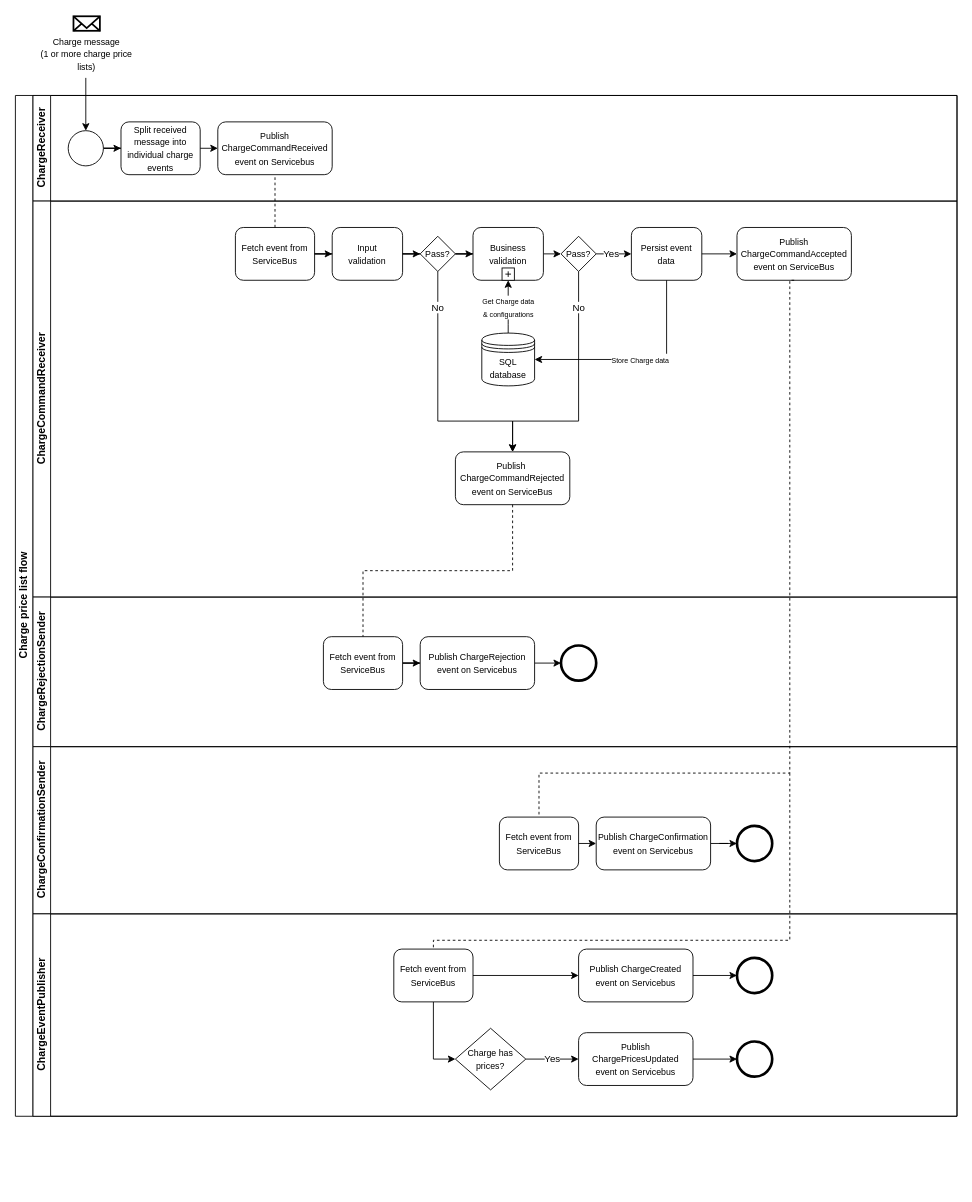
This is docs/process-flows/images/ChargePriceListProcessFlow.drawio from Energinet-DataHub/ARCHIVED-geh-charges, a draw.io file, before an edit. Source tidied: cells renumbered, new cells numbered last; positions are measured from the earlier drawing's top-left corner, leaving out a move shared by most shapes. Both pictures are drawn from the tidied source at 88%, with x=0, y=0 at pixel (15, 16).
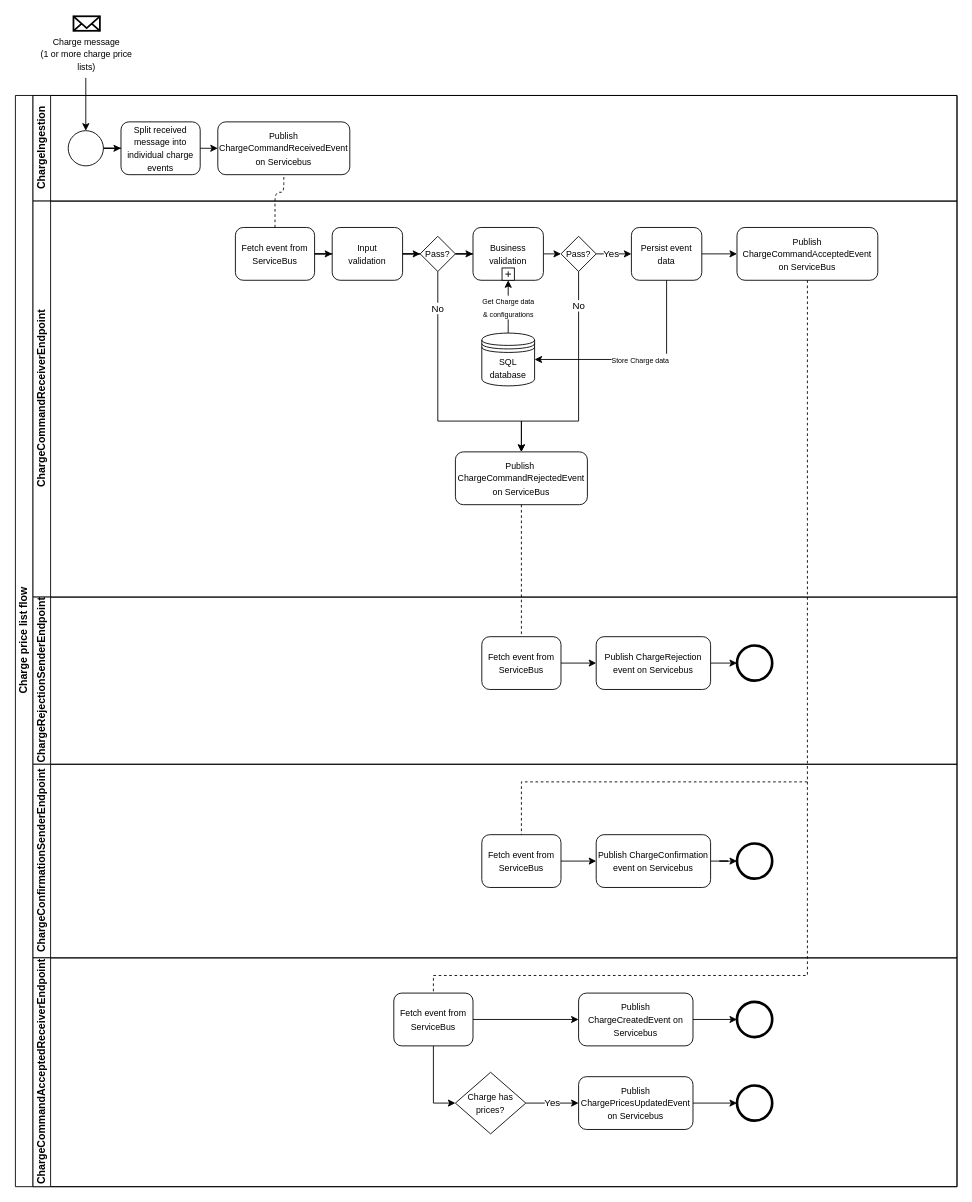
The same page after the edit.

Commit message (it also covers changes not shown here):
docs: update Price list process flow

Unchanged cells that the change refers to:
```xml
<mxCell id="10" value="&lt;font style=&quot;font-size: 10px&quot;&gt;Fetch event from ServiceBus&lt;/font&gt;" style="rounded=1;whiteSpace=wrap;html=1;fontFamily=Helvetica;fontSize=12;fontColor=#000000;align=center;" parent="9" vertex="1">
  <mxGeometry x="230" y="30" width="90" height="60" as="geometry" />
</mxCell>
<mxCell id="11" value="&lt;font style=&quot;font-size: 10px&quot;&gt;Pass?&lt;/font&gt;" style="rhombus;whiteSpace=wrap;html=1;fontFamily=Helvetica;fontSize=12;fontColor=#000000;align=center;" parent="9" vertex="1">
  <mxGeometry x="600" y="40" width="40" height="40" as="geometry" />
</mxCell>
<mxCell id="21" value="&lt;font style=&quot;font-size: 10px&quot;&gt;Pass?&lt;/font&gt;" style="rhombus;whiteSpace=wrap;html=1;fontFamily=Helvetica;fontSize=12;fontColor=#000000;align=center;" parent="9" vertex="1">
  <mxGeometry x="440" y="40" width="40" height="40" as="geometry" />
</mxCell>
<mxCell id="48" value="&lt;font style=&quot;font-size: 10px&quot;&gt;Fetch event from ServiceBus&lt;/font&gt;" style="rounded=1;whiteSpace=wrap;html=1;fontFamily=Helvetica;fontSize=12;fontColor=#000000;align=center;" parent="43" vertex="1">
  <mxGeometry x="410" y="40" width="90" height="60" as="geometry" />
</mxCell>
```

What changed in the source:
```diff
@@
     <mxCell id="2" value="Charge price list flow" style="swimlane;html=1;horizontal=0;startSize=20;rounded=0;" parent="1" vertex="1">
-      <mxGeometry y="90" width="1070" height="1160" as="geometry" />
+      <mxGeometry y="90" width="1070" height="1240" as="geometry" />
     </mxCell>
-    <mxCell id="3" value="ChargeReceiver" style="swimlane;html=1;startSize=20;horizontal=0;" parent="2" vertex="1">
+    <mxCell id="3" value="ChargeIngestion" style="swimlane;html=1;startSize=20;horizontal=0;" parent="2" vertex="1">
       <mxGeometry x="20" width="1050" height="120" as="geometry" />
     </mxCell>
@@
-    <mxCell id="7" value="&lt;font style=&quot;font-size: 10px&quot;&gt;Publish ChargeCommandReceived&lt;br&gt;event on Servicebus&lt;/font&gt;" style="rounded=1;whiteSpace=wrap;html=1;fontFamily=Helvetica;fontSize=12;fontColor=#000000;align=center;" parent="3" vertex="1">
-      <mxGeometry x="210" y="30" width="130" height="60" as="geometry" />
+    <mxCell id="7" value="&lt;font style=&quot;font-size: 10px&quot;&gt;Publish ChargeCommandReceivedEvent on Servicebus&lt;/font&gt;" style="rounded=1;whiteSpace=wrap;html=1;fontFamily=Helvetica;fontSize=12;fontColor=#000000;align=center;" parent="3" vertex="1">
+      <mxGeometry x="210" y="30" width="150" height="60" as="geometry" />
     </mxCell>
@@
-    <mxCell id="9" value="ChargeCommandReceiver" style="swimlane;html=1;startSize=20;horizontal=0;" parent="2" vertex="1">
+    <mxCell id="9" value="ChargeCommandReceiverEndpoint" style="swimlane;html=1;startSize=20;horizontal=0;" parent="2" vertex="1">
       <mxGeometry x="20" y="120" width="1050" height="450" as="geometry" />
     </mxCell>
@@
-    <mxCell id="13" value="&lt;font style=&quot;font-size: 10px&quot;&gt;Publish&lt;br&gt;ChargeCommandAccepted&lt;br&gt;event on ServiceBus&lt;br&gt;&lt;/font&gt;" style="whiteSpace=wrap;html=1;rounded=1;" parent="9" vertex="1">
-      <mxGeometry x="800" y="30" width="130" height="60" as="geometry" />
+    <mxCell id="13" value="&lt;font style=&quot;font-size: 10px&quot;&gt;Publish&lt;br&gt;ChargeCommandAcceptedEvent on ServiceBus&lt;br&gt;&lt;/font&gt;" style="whiteSpace=wrap;html=1;rounded=1;" parent="9" vertex="1">
+      <mxGeometry x="800" y="30" width="160" height="60" as="geometry" />
     </mxCell>
@@
-    <mxCell id="27" value="&lt;span style=&quot;font-size: 10px&quot;&gt;Publish&amp;nbsp;&lt;/span&gt;&lt;br style=&quot;font-size: 10px&quot;&gt;&lt;span style=&quot;font-size: 10px&quot;&gt;ChargeCommandRejected&lt;br&gt;event on ServiceBus&lt;/span&gt;" style="whiteSpace=wrap;html=1;rounded=1;" parent="9" vertex="1">
-      <mxGeometry x="480" y="285" width="130" height="60" as="geometry" />
+    <mxCell id="27" value="&lt;span style=&quot;font-size: 10px&quot;&gt;Publish&amp;nbsp;&lt;/span&gt;&lt;br style=&quot;font-size: 10px&quot;&gt;&lt;span style=&quot;font-size: 10px&quot;&gt;ChargeCommandRejectedEvent on ServiceBus&lt;/span&gt;" style="whiteSpace=wrap;html=1;rounded=1;" parent="9" vertex="1">
+      <mxGeometry x="480" y="285" width="150" height="60" as="geometry" />
     </mxCell>
@@
     <mxCell id="29" value="No" style="edgeStyle=orthogonalEdgeStyle;rounded=0;jettySize=auto;html=1;entryX=0.5;entryY=0;entryDx=0;entryDy=0;" parent="9" edge="1" source="21" target="27">
       <mxGeometry x="-0.72" relative="1" as="geometry">
         <Array as="points">
           <mxPoint x="460" y="250" />
-          <mxPoint x="545" y="250" />
+          <mxPoint x="555" y="250" />
         </Array>
       </mxGeometry>
     </mxCell>
     <mxCell id="30" value="No" style="edgeStyle=orthogonalEdgeStyle;rounded=0;jettySize=auto;html=1;entryX=0.5;entryY=0;entryDx=0;entryDy=0;" parent="9" edge="1" source="11" target="27">
       <mxGeometry x="-0.71" relative="1" as="geometry">
         <Array as="points">
           <mxPoint x="620" y="250" />
-          <mxPoint x="545" y="250" />
+          <mxPoint x="555" y="250" />
         </Array>
       </mxGeometry>
     </mxCell>
-    <mxCell id="31" value="ChargeRejectionSender" style="swimlane;html=1;startSize=20;horizontal=0;" parent="2" vertex="1">
-      <mxGeometry x="20" y="570" width="1050" height="170" as="geometry" />
+    <mxCell id="31" value="ChargeRejectionSenderEndpoint" style="swimlane;html=1;startSize=20;horizontal=0;" parent="2" vertex="1">
+      <mxGeometry x="20" y="570" width="1050" height="190" as="geometry" />
     </mxCell>
     <mxCell id="32" style="shape=mxgraph.bpmn.shape;html=1;verticalLabelPosition=bottom;labelBackgroundColor=#ffffff;verticalAlign=top;align=center;perimeter=ellipsePerimeter;outlineConnect=0;outline=end;symbol=general;strokeColor=#000000;" parent="31" vertex="1">
-      <mxGeometry x="600" y="55" width="40" height="40" as="geometry" />
+      <mxGeometry x="800" y="55" width="40" height="40" as="geometry" />
     </mxCell>
@@
     <mxCell id="35" value="&lt;font style=&quot;font-size: 10px&quot;&gt;Fetch event from ServiceBus&lt;/font&gt;" style="rounded=1;whiteSpace=wrap;html=1;fontFamily=Helvetica;fontSize=12;fontColor=#000000;align=center;" parent="31" vertex="1">
-      <mxGeometry x="330" y="45" width="90" height="60" as="geometry" />
+      <mxGeometry x="510" y="45" width="90" height="60" as="geometry" />
     </mxCell>
     <mxCell id="36" value="&lt;font style=&quot;font-size: 10px&quot;&gt;Publish ChargeRejection&lt;br&gt;event on Servicebus&lt;/font&gt;" style="rounded=1;whiteSpace=wrap;html=1;fontFamily=Helvetica;fontSize=12;fontColor=#000000;align=center;" parent="31" vertex="1">
-      <mxGeometry x="440" y="45" width="130" height="60" as="geometry" />
+      <mxGeometry x="640" y="45" width="130" height="60" as="geometry" />
     </mxCell>
-    <mxCell id="37" value="ChargeConfirmationSender" style="swimlane;html=1;startSize=20;horizontal=0;" parent="2" vertex="1">
-      <mxGeometry x="20" y="740" width="1050" height="190" as="geometry" />
+    <mxCell id="37" value="ChargeConfirmationSenderEndpoint" style="swimlane;html=1;startSize=20;horizontal=0;" parent="2" vertex="1">
+      <mxGeometry x="20" y="760" width="1050" height="220" as="geometry" />
     </mxCell>
@@
     <mxCell id="41" value="&lt;font style=&quot;font-size: 10px&quot;&gt;Fetch event from ServiceBus&lt;/font&gt;" style="rounded=1;whiteSpace=wrap;html=1;fontFamily=Helvetica;fontSize=12;fontColor=#000000;align=center;" parent="37" vertex="1">
-      <mxGeometry x="530" y="80" width="90" height="60" as="geometry" />
+      <mxGeometry x="510" y="80" width="90" height="60" as="geometry" />
     </mxCell>
@@
-    <mxCell id="43" value="ChargeEventPublisher" style="swimlane;html=1;startSize=20;horizontal=0;" parent="2" vertex="1">
-      <mxGeometry x="20" y="930" width="1050" height="230" as="geometry" />
+    <mxCell id="43" value="ChargeCommandAcceptedReceiverEndpoint" style="swimlane;html=1;startSize=20;horizontal=0;" parent="2" vertex="1">
+      <mxGeometry x="20" y="980" width="1050" height="260" as="geometry" />
     </mxCell>
@@
-    <mxCell id="46" value="&lt;font style=&quot;font-size: 10px&quot;&gt;Publish ChargeCreated&lt;br&gt;event on Servicebus&lt;/font&gt;" style="rounded=1;whiteSpace=wrap;html=1;fontFamily=Helvetica;fontSize=12;fontColor=#000000;align=center;" parent="43" vertex="1">
+    <mxCell id="46" value="&lt;font style=&quot;font-size: 10px&quot;&gt;Publish ChargeCreatedEvent on Servicebus&lt;/font&gt;" style="rounded=1;whiteSpace=wrap;html=1;fontFamily=Helvetica;fontSize=12;fontColor=#000000;align=center;" parent="43" vertex="1">
       <mxGeometry x="620" y="40" width="130" height="60" as="geometry" />
     </mxCell>
@@
-    <mxCell id="51" value="&lt;font style=&quot;font-size: 10px&quot;&gt;Publish ChargePricesUpdated&lt;br&gt;event on Servicebus&lt;/font&gt;" style="rounded=1;whiteSpace=wrap;html=1;fontFamily=Helvetica;fontSize=12;fontColor=#000000;align=center;" parent="43" vertex="1">
+    <mxCell id="51" value="&lt;font style=&quot;font-size: 10px&quot;&gt;Publish ChargePricesUpdatedEvent on Servicebus&lt;/font&gt;" style="rounded=1;whiteSpace=wrap;html=1;fontFamily=Helvetica;fontSize=12;fontColor=#000000;align=center;" parent="43" vertex="1">
       <mxGeometry x="620" y="135" width="130" height="60" as="geometry" />
     </mxCell>
@@
     <mxCell id="55" style="endArrow=none;dashed=1;html=1;entryX=0.5;entryY=1;entryDx=0;entryDy=0;exitX=0.5;exitY=0;exitDx=0;exitDy=0;" parent="2" edge="1" source="10" target="7">
-      <mxGeometry relative="1" as="geometry" />
+      <mxGeometry relative="1" as="geometry">
+        <Array as="points">
+          <mxPoint x="295" y="110" />
+          <mxPoint x="305" y="110" />
+        </Array>
+      </mxGeometry>
     </mxCell>
     <mxCell id="56" style="endArrow=none;dashed=1;edgeStyle=orthogonalEdgeStyle;rounded=0;jettySize=auto;html=1;entryX=0.5;entryY=0;entryDx=0;entryDy=0;exitX=0.5;exitY=1;exitDx=0;exitDy=0;" parent="2" edge="1" source="27" target="35">
-      <mxGeometry relative="1" as="geometry" />
+      <mxGeometry relative="1" as="geometry">
+        <Array as="points">
+          <mxPoint x="575" y="590" />
+          <mxPoint x="575" y="590" />
+        </Array>
+      </mxGeometry>
     </mxCell>
-    <mxCell id="57" style="endArrow=none;dashed=1;edgeStyle=orthogonalEdgeStyle;rounded=0;jettySize=auto;html=1;entryX=0.5;entryY=0;entryDx=0;entryDy=0;" parent="2" edge="1" target="41">
+    <mxCell id="57" style="endArrow=none;dashed=1;edgeStyle=orthogonalEdgeStyle;rounded=0;jettySize=auto;html=1;entryX=0.5;entryY=0;entryDx=0;entryDy=0;" parent="2" edge="1" source="13" target="41">
       <mxGeometry relative="1" as="geometry">
-        <mxPoint x="885" y="210" as="sourcePoint" />
         <Array as="points">
-          <mxPoint x="880" y="210" />
-          <mxPoint x="880" y="770" />
-          <mxPoint x="595" y="770" />
+          <mxPoint x="900" y="780" />
+          <mxPoint x="575" y="780" />
         </Array>
       </mxGeometry>
     </mxCell>
@@
     <mxCell id="62" style="endArrow=none;dashed=1;edgeStyle=orthogonalEdgeStyle;rounded=0;jettySize=auto;html=1;entryX=0.5;entryY=0;entryDx=0;entryDy=0;" parent="1" edge="1" target="48">
       <mxGeometry relative="1" as="geometry">
-        <mxPoint x="880" y="860" as="sourcePoint" />
+        <mxPoint x="900" y="870" as="sourcePoint" />
         <Array as="points">
-          <mxPoint x="880" y="1050" />
-          <mxPoint x="475" y="1050" />
+          <mxPoint x="900" y="1090" />
+          <mxPoint x="475" y="1090" />
         </Array>
       </mxGeometry>
     </mxCell>
```
